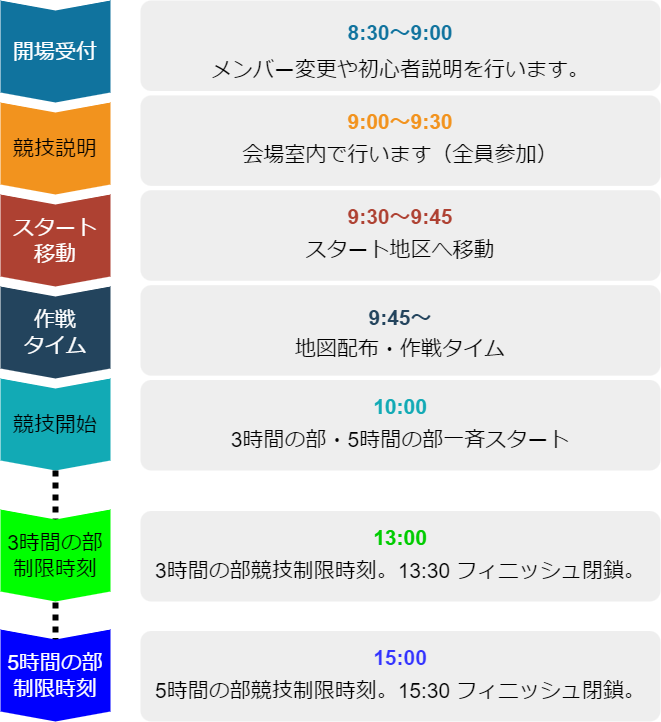
Before: source/events/rogaining2024/assets/time_table.png, a diagram exported from draw.io (ta-ichihashi/information). Source tidied: cells renumbered, new cells last; positions are measured from the earlier drawing's top-left corner, leaving out a move shared by most shapes.
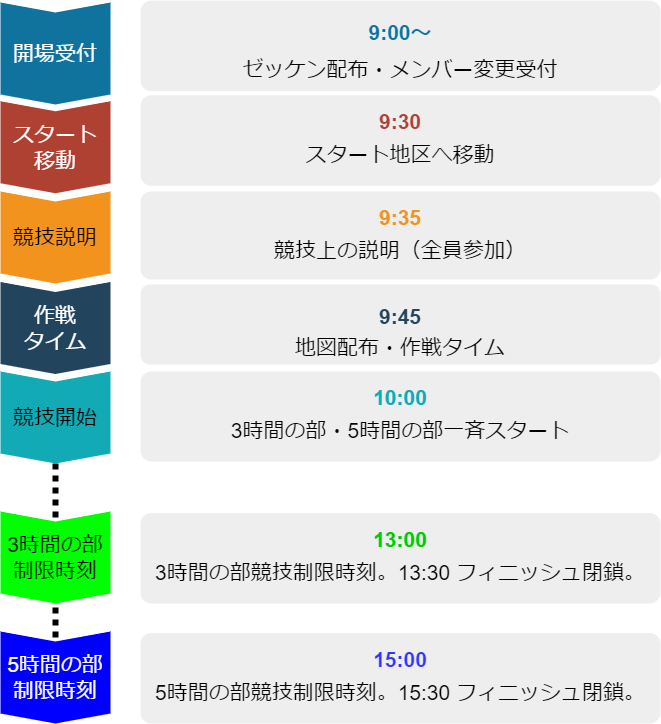
Above is the later version.

Commit message:
ロゲイニング受付時間変更。スタートまでのプロセス変更。

Change to the diagram source:
```diff
@@ -2,53 +2,50 @@
   <root>
     <mxCell id="0" />
     <mxCell id="1" parent="0" />
-    <mxCell id="2" style="group;" parent="1" vertex="1">
-      <mxGeometry width="110" height="470" as="geometry" />
+    <mxCell id="2" value="&lt;p style=&quot;line-height: 0.9;&quot;&gt;&lt;/p&gt;&lt;div style=&quot;&quot;&gt;&lt;b style=&quot;color: rgb(16, 115, 158); font-size: 21px; background-color: initial;&quot;&gt;9:00～&lt;/b&gt;&lt;/div&gt;&lt;p&gt;&lt;/p&gt;&lt;div style=&quot;&quot;&gt;&lt;span style=&quot;background-color: transparent; font-size: 21px;&quot;&gt;ゼッケン配布・メンバー変更受付&lt;/span&gt;&lt;/div&gt;&lt;p&gt;&lt;/p&gt;" style="rounded=1;strokeColor=none;fillColor=#EEEEEE;align=center;arcSize=12;verticalAlign=top;whiteSpace=wrap;html=1;fontSize=12;perimeterSpacing=0;spacingRight=4;spacingLeft=4;spacingTop=1;spacingBottom=1;" parent="1" vertex="1">
+      <mxGeometry x="140" y="-1.8" width="520" height="90.5" as="geometry" />
     </mxCell>
-    <mxCell id="3" value="&lt;font style=&quot;color: rgb(255, 255, 255); font-size: 21px;&quot;&gt;開場受付&lt;/font&gt;" style="shape=step;perimeter=stepPerimeter;whiteSpace=wrap;html=1;fixedSize=1;size=10;direction=south;fillColor=#10739E;strokeColor=none;rounded=0;" parent="2" vertex="1">
-      <mxGeometry width="110" height="102" as="geometry" />
+    <mxCell id="3" value="&lt;p style=&quot;line-height: 0.9;&quot;&gt;&lt;/p&gt;&lt;div style=&quot;&quot;&gt;&lt;p style=&quot;line-height: 0.7;&quot;&gt;&lt;font style=&quot;font-size: 21px;&quot;&gt;&lt;font color=&quot;#f2931e&quot;&gt;&lt;b style=&quot;line-height: 0.1;&quot;&gt;9:35&lt;/b&gt;&lt;/font&gt;&lt;/font&gt;&lt;/p&gt;&lt;/div&gt;&lt;p&gt;&lt;/p&gt;&lt;div style=&quot;&quot;&gt;&lt;span style=&quot;font-size: 21px; text-align: left;&quot;&gt;競技上の説明（全員参加）&lt;/span&gt;&lt;br&gt;&lt;/div&gt;&lt;p&gt;&lt;/p&gt;" style="rounded=1;strokeColor=none;fillColor=#EEEEEE;align=center;arcSize=12;verticalAlign=top;whiteSpace=wrap;html=1;fontSize=12;perimeterSpacing=0;spacingRight=4;spacingLeft=4;spacingTop=1;spacingBottom=1;" parent="1" vertex="1">
+      <mxGeometry x="140" y="189" width="520" height="88" as="geometry" />
     </mxCell>
-    <mxCell id="4" value="&lt;font style=&quot;font-size: 21px;&quot;&gt;競技説明&lt;/font&gt;" style="shape=step;perimeter=stepPerimeter;whiteSpace=wrap;html=1;fixedSize=1;size=10;direction=south;fillColor=#F2931E;strokeColor=none;rounded=0;" parent="2" vertex="1">
-      <mxGeometry y="102" width="110" height="92" as="geometry" />
+    <mxCell id="4" value="&lt;p style=&quot;line-height: 0.9;&quot;&gt;&lt;/p&gt;&lt;div style=&quot;&quot;&gt;&lt;p style=&quot;line-height: 0.7;&quot;&gt;&lt;b style=&quot;color: rgb(174, 65, 50); font-size: 21px;&quot;&gt;9:30&lt;/b&gt;&lt;br&gt;&lt;/p&gt;&lt;/div&gt;&lt;p&gt;&lt;/p&gt;&lt;div style=&quot;&quot;&gt;&lt;span style=&quot;font-size: 21px;&quot;&gt;スタート地区へ移動&lt;/span&gt;&lt;br&gt;&lt;/div&gt;&lt;p&gt;&lt;/p&gt;" style="rounded=1;strokeColor=none;fillColor=#EEEEEE;align=center;arcSize=12;verticalAlign=top;whiteSpace=wrap;html=1;fontSize=12;perimeterSpacing=0;spacingRight=4;spacingLeft=4;spacingTop=1;spacingBottom=1;" parent="1" vertex="1">
+      <mxGeometry x="140" y="92.8" width="520" height="90.5" as="geometry" />
     </mxCell>
-    <mxCell id="5" value="&lt;font style=&quot;color: rgb(255, 255, 255); font-size: 21px;&quot;&gt;スタート&lt;/font&gt;&lt;div&gt;&lt;font style=&quot;color: rgb(255, 255, 255); font-size: 21px;&quot;&gt;移動&lt;/font&gt;&lt;/div&gt;" style="shape=step;perimeter=stepPerimeter;whiteSpace=wrap;html=1;fixedSize=1;size=10;direction=south;fillColor=#AE4132;strokeColor=none;rounded=0;" parent="2" vertex="1">
-      <mxGeometry y="194" width="110" height="92" as="geometry" />
+    <mxCell id="5" value="&lt;p style=&quot;line-height: 0.9;&quot;&gt;&lt;/p&gt;&lt;div style=&quot;&quot;&gt;&lt;b style=&quot;color: rgb(35, 68, 93); font-size: 21px;&quot;&gt;9:45&lt;br&gt;&lt;/b&gt;&lt;p style=&quot;line-height: 0.7;&quot;&gt;&lt;span style=&quot;font-size: 21px; text-align: left;&quot;&gt;地図配布・作戦タイム&lt;/span&gt;&lt;br&gt;&lt;/p&gt;&lt;/div&gt;&lt;p&gt;&lt;/p&gt;" style="rounded=1;strokeColor=none;fillColor=#EEEEEE;align=center;arcSize=12;verticalAlign=top;whiteSpace=wrap;html=1;fontSize=12;perimeterSpacing=0;spacingRight=4;spacingLeft=4;spacingTop=1;spacingBottom=1;" parent="1" vertex="1">
+      <mxGeometry x="140" y="282" width="520" height="80" as="geometry" />
     </mxCell>
-    <mxCell id="6" value="&lt;font style=&quot;color: rgb(255, 255, 255); font-size: 21px;&quot;&gt;作戦&lt;/font&gt;&lt;div&gt;&lt;font style=&quot;color: rgb(255, 255, 255); font-size: 21px;&quot;&gt;タイム&lt;/font&gt;&lt;/div&gt;" style="shape=step;perimeter=stepPerimeter;whiteSpace=wrap;html=1;fixedSize=1;size=10;direction=south;fillColor=#23445D;strokeColor=none;rounded=0;" parent="2" vertex="1">
-      <mxGeometry y="286" width="110" height="92" as="geometry" />
+    <mxCell id="6" value="&lt;p style=&quot;line-height: 0.9;&quot;&gt;&lt;/p&gt;&lt;div style=&quot;&quot;&gt;&lt;p style=&quot;line-height: 0.7;&quot;&gt;&lt;b style=&quot;color: rgb(18, 170, 181); font-size: 21px;&quot;&gt;10:00&lt;/b&gt;&lt;br&gt;&lt;/p&gt;&lt;/div&gt;&lt;p&gt;&lt;/p&gt;&lt;div style=&quot;&quot;&gt;&lt;span style=&quot;font-size: 21px;&quot;&gt;3時間の部・5時間の部&lt;/span&gt;&lt;span style=&quot;font-size: 21px; background-color: initial;&quot;&gt;一斉スタート&lt;/span&gt;&lt;br&gt;&lt;/div&gt;&lt;p&gt;&lt;/p&gt;" style="rounded=1;strokeColor=none;fillColor=#EEEEEE;align=center;arcSize=12;verticalAlign=top;whiteSpace=wrap;html=1;fontSize=12;perimeterSpacing=0;spacingRight=4;spacingLeft=4;spacingTop=1;spacingBottom=1;" parent="1" vertex="1">
+      <mxGeometry x="140" y="369" width="520" height="90" as="geometry" />
     </mxCell>
-    <mxCell id="7" value="&lt;font style=&quot;font-size: 21px;&quot;&gt;競技開始&lt;/font&gt;" style="shape=step;perimeter=stepPerimeter;whiteSpace=wrap;html=1;fixedSize=1;size=10;direction=south;fillColor=#12AAB5;strokeColor=none;rounded=0;" parent="2" vertex="1">
-      <mxGeometry y="378" width="110" height="92" as="geometry" />
+    <mxCell id="7" value="&lt;p style=&quot;line-height: 0.9;&quot;&gt;&lt;/p&gt;&lt;div style=&quot;&quot;&gt;&lt;p style=&quot;line-height: 0.7;&quot;&gt;&lt;b style=&quot;font-size: 21px;&quot;&gt;&lt;font color=&quot;#00cc00&quot;&gt;13:00&lt;/font&gt;&lt;/b&gt;&lt;br&gt;&lt;/p&gt;&lt;/div&gt;&lt;p&gt;&lt;/p&gt;&lt;div style=&quot;&quot;&gt;&lt;/div&gt;&lt;span style=&quot;font-size: 21px;&quot;&gt;3時間の部競技制限時刻。13:30 フィニッシュ閉鎖。&lt;/span&gt;&lt;span style=&quot;font-size: 21px;&quot;&gt;&lt;br&gt;&lt;/span&gt;&lt;p&gt;&lt;/p&gt;" style="rounded=1;strokeColor=none;fillColor=#EEEEEE;align=center;arcSize=12;verticalAlign=top;whiteSpace=wrap;html=1;fontSize=12;perimeterSpacing=0;spacingRight=4;spacingLeft=4;spacingTop=1;spacingBottom=1;" parent="1" vertex="1">
+      <mxGeometry x="140" y="510.5" width="520" height="90.5" as="geometry" />
     </mxCell>
-    <mxCell id="8" value="&lt;p style=&quot;line-height: 0.9;&quot;&gt;&lt;/p&gt;&lt;div style=&quot;&quot;&gt;&lt;b style=&quot;color: rgb(16, 115, 158); font-size: 21px; background-color: initial;&quot;&gt;8:30～9:00&lt;/b&gt;&lt;/div&gt;&lt;p&gt;&lt;/p&gt;&lt;div style=&quot;&quot;&gt;&lt;font style=&quot;font-size: 21px;&quot;&gt;&lt;span style=&quot;background-color: transparent;&quot;&gt;メンバー変更や&lt;/span&gt;&lt;/font&gt;&lt;span style=&quot;background-color: transparent; font-size: 21px;&quot;&gt;初心者説明を行います。&lt;/span&gt;&lt;/div&gt;&lt;p&gt;&lt;/p&gt;" style="rounded=1;strokeColor=none;fillColor=#EEEEEE;align=center;arcSize=12;verticalAlign=top;whiteSpace=wrap;html=1;fontSize=12;perimeterSpacing=0;spacingRight=4;spacingLeft=4;spacingTop=1;spacingBottom=1;" parent="1" vertex="1">
-      <mxGeometry x="140" width="520" height="90.5" as="geometry" />
+    <mxCell id="8" style="edgeStyle=orthogonalEdgeStyle;rounded=0;jettySize=auto;html=1;fontSize=17;fontColor=#00CC00;strokeWidth=6;endArrow=none;endFill=0;dashed=1;dashPattern=1 1;" parent="1" edge="1" source="16" target="9">
+      <mxGeometry relative="1" as="geometry" />
     </mxCell>
-    <mxCell id="9" value="&lt;p style=&quot;line-height: 0.9;&quot;&gt;&lt;/p&gt;&lt;div style=&quot;&quot;&gt;&lt;p style=&quot;line-height: 0.7;&quot;&gt;&lt;font style=&quot;font-size: 21px;&quot;&gt;&lt;font color=&quot;#f2931e&quot;&gt;&lt;b style=&quot;line-height: 0.1;&quot;&gt;9:00～9:30&lt;/b&gt;&lt;/font&gt;&lt;/font&gt;&lt;/p&gt;&lt;/div&gt;&lt;p&gt;&lt;/p&gt;&lt;div style=&quot;&quot;&gt;&lt;span style=&quot;font-size: 21px; text-align: left;&quot;&gt;会場室内で行います（全員参加）&lt;/span&gt;&lt;br&gt;&lt;/div&gt;&lt;p&gt;&lt;/p&gt;" style="rounded=1;strokeColor=none;fillColor=#EEEEEE;align=center;arcSize=12;verticalAlign=top;whiteSpace=wrap;html=1;fontSize=12;perimeterSpacing=0;spacingRight=4;spacingLeft=4;spacingTop=1;spacingBottom=1;" parent="1" vertex="1">
-      <mxGeometry x="140" y="94.9" width="520" height="90.5" as="geometry" />
+    <mxCell id="9" value="&lt;span style=&quot;font-size: 21px;&quot;&gt;&lt;font color=&quot;#ffffff&quot;&gt;5時間の部&lt;br&gt;制限時刻&lt;/font&gt;&lt;br&gt;&lt;/span&gt;" style="shape=step;perimeter=stepPerimeter;whiteSpace=wrap;html=1;fixedSize=1;size=10;direction=south;fillColor=#0000FF;strokeColor=none;rounded=0;" parent="1" vertex="1">
+      <mxGeometry y="629" width="110" height="92" as="geometry" />
     </mxCell>
-    <mxCell id="10" value="&lt;p style=&quot;line-height: 0.9;&quot;&gt;&lt;/p&gt;&lt;div style=&quot;&quot;&gt;&lt;p style=&quot;line-height: 0.7;&quot;&gt;&lt;b style=&quot;color: rgb(174, 65, 50); font-size: 21px;&quot;&gt;9:30～9:45&lt;/b&gt;&lt;br&gt;&lt;/p&gt;&lt;/div&gt;&lt;p&gt;&lt;/p&gt;&lt;div style=&quot;&quot;&gt;&lt;span style=&quot;font-size: 21px;&quot;&gt;スタート地区へ移動&lt;/span&gt;&lt;br&gt;&lt;/div&gt;&lt;p&gt;&lt;/p&gt;" style="rounded=1;strokeColor=none;fillColor=#EEEEEE;align=center;arcSize=12;verticalAlign=top;whiteSpace=wrap;html=1;fontSize=12;perimeterSpacing=0;spacingRight=4;spacingLeft=4;spacingTop=1;spacingBottom=1;" parent="1" vertex="1">
-      <mxGeometry x="140" y="189.8" width="520" height="90.5" as="geometry" />
+    <mxCell id="10" value="&lt;p style=&quot;line-height: 0.9;&quot;&gt;&lt;/p&gt;&lt;div style=&quot;&quot;&gt;&lt;p style=&quot;line-height: 0.7;&quot;&gt;&lt;b style=&quot;font-size: 21px;&quot;&gt;&lt;font color=&quot;#3333ff&quot;&gt;15:00&lt;/font&gt;&lt;/b&gt;&lt;br&gt;&lt;/p&gt;&lt;/div&gt;&lt;p&gt;&lt;/p&gt;&lt;div style=&quot;&quot;&gt;&lt;span style=&quot;font-size: 21px;&quot;&gt;5時間の部競技制限時刻。15:30 フィニッシュ閉鎖。&lt;/span&gt;&lt;br&gt;&lt;/div&gt;&lt;p&gt;&lt;/p&gt;" style="rounded=1;strokeColor=none;fillColor=#EEEEEE;align=center;arcSize=12;verticalAlign=top;whiteSpace=wrap;html=1;fontSize=12;perimeterSpacing=0;spacingRight=4;spacingLeft=4;spacingTop=1;spacingBottom=1;" parent="1" vertex="1">
+      <mxGeometry x="140" y="630.5" width="520" height="90.5" as="geometry" />
     </mxCell>
-    <mxCell id="11" value="&lt;p style=&quot;line-height: 0.9;&quot;&gt;&lt;/p&gt;&lt;div style=&quot;&quot;&gt;&lt;b style=&quot;color: rgb(35, 68, 93); font-size: 21px;&quot;&gt;9:45～&lt;br&gt;&lt;/b&gt;&lt;p style=&quot;line-height: 0.7;&quot;&gt;&lt;span style=&quot;font-size: 21px; text-align: left;&quot;&gt;地図配布・作戦タイム&lt;/span&gt;&lt;br&gt;&lt;/p&gt;&lt;/div&gt;&lt;p&gt;&lt;/p&gt;" style="rounded=1;strokeColor=none;fillColor=#EEEEEE;align=center;arcSize=12;verticalAlign=top;whiteSpace=wrap;html=1;fontSize=12;perimeterSpacing=0;spacingRight=4;spacingLeft=4;spacingTop=1;spacingBottom=1;" parent="1" vertex="1">
-      <mxGeometry x="140" y="284.7" width="520" height="90.5" as="geometry" />
+    <mxCell id="11" value="&lt;span style=&quot;font-size: 21px;&quot;&gt;3時間の部&lt;br&gt;制限時刻&lt;br&gt;&lt;/span&gt;" style="shape=step;perimeter=stepPerimeter;whiteSpace=wrap;html=1;fixedSize=1;size=10;direction=south;fillColor=#00FF00;strokeColor=none;rounded=0;" parent="1" vertex="1">
+      <mxGeometry y="509" width="110" height="92" as="geometry" />
     </mxCell>
-    <mxCell id="12" value="&lt;p style=&quot;line-height: 0.9;&quot;&gt;&lt;/p&gt;&lt;div style=&quot;&quot;&gt;&lt;p style=&quot;line-height: 0.7;&quot;&gt;&lt;b style=&quot;color: rgb(18, 170, 181); font-size: 21px;&quot;&gt;10:00&lt;/b&gt;&lt;br&gt;&lt;/p&gt;&lt;/div&gt;&lt;p&gt;&lt;/p&gt;&lt;div style=&quot;&quot;&gt;&lt;span style=&quot;font-size: 21px;&quot;&gt;3時間の部・5時間の部&lt;/span&gt;&lt;span style=&quot;font-size: 21px; background-color: initial;&quot;&gt;一斉スタート&lt;/span&gt;&lt;br&gt;&lt;/div&gt;&lt;p&gt;&lt;/p&gt;" style="rounded=1;strokeColor=none;fillColor=#EEEEEE;align=center;arcSize=12;verticalAlign=top;whiteSpace=wrap;html=1;fontSize=12;perimeterSpacing=0;spacingRight=4;spacingLeft=4;spacingTop=1;spacingBottom=1;" parent="1" vertex="1">
-      <mxGeometry x="140" y="379.5" width="520" height="90.5" as="geometry" />
+    <mxCell id="12" value="&lt;font style=&quot;color: rgb(255, 255, 255); font-size: 21px;&quot;&gt;開場受付&lt;/font&gt;" style="shape=step;perimeter=stepPerimeter;whiteSpace=wrap;html=1;fixedSize=1;size=10;direction=south;fillColor=#10739E;strokeColor=none;rounded=0;" parent="1" vertex="1">
+      <mxGeometry width="110" height="102" as="geometry" />
     </mxCell>
-    <mxCell id="13" value="&lt;p style=&quot;line-height: 0.9;&quot;&gt;&lt;/p&gt;&lt;div style=&quot;&quot;&gt;&lt;p style=&quot;line-height: 0.7;&quot;&gt;&lt;b style=&quot;font-size: 21px;&quot;&gt;&lt;font color=&quot;#00cc00&quot;&gt;13:00&lt;/font&gt;&lt;/b&gt;&lt;br&gt;&lt;/p&gt;&lt;/div&gt;&lt;p&gt;&lt;/p&gt;&lt;div style=&quot;&quot;&gt;&lt;/div&gt;&lt;span style=&quot;font-size: 21px;&quot;&gt;3時間の部競技制限時刻。13:30 フィニッシュ閉鎖。&lt;/span&gt;&lt;span style=&quot;font-size: 21px;&quot;&gt;&lt;br&gt;&lt;/span&gt;&lt;p&gt;&lt;/p&gt;" style="rounded=1;strokeColor=none;fillColor=#EEEEEE;align=center;arcSize=12;verticalAlign=top;whiteSpace=wrap;html=1;fontSize=12;perimeterSpacing=0;spacingRight=4;spacingLeft=4;spacingTop=1;spacingBottom=1;" parent="1" vertex="1">
-      <mxGeometry x="140" y="510.5" width="520" height="90.5" as="geometry" />
+    <mxCell id="13" value="&lt;font style=&quot;font-size: 21px;&quot;&gt;競技説明&lt;/font&gt;" style="shape=step;perimeter=stepPerimeter;whiteSpace=wrap;html=1;fixedSize=1;size=10;direction=south;fillColor=#F2931E;strokeColor=none;rounded=0;" parent="1" vertex="1">
+      <mxGeometry y="189" width="110" height="92" as="geometry" />
     </mxCell>
-    <mxCell id="14" style="edgeStyle=orthogonalEdgeStyle;rounded=0;jettySize=auto;html=1;fontSize=17;fontColor=#00CC00;strokeWidth=6;endArrow=none;endFill=0;dashed=1;dashPattern=1 1;" parent="1" edge="1" source="7" target="15">
-      <mxGeometry relative="1" as="geometry" />
+    <mxCell id="14" value="&lt;font style=&quot;color: rgb(255, 255, 255); font-size: 21px;&quot;&gt;スタート&lt;/font&gt;&lt;div&gt;&lt;font style=&quot;color: rgb(255, 255, 255); font-size: 21px;&quot;&gt;移動&lt;/font&gt;&lt;/div&gt;" style="shape=step;perimeter=stepPerimeter;whiteSpace=wrap;html=1;fixedSize=1;size=10;direction=south;fillColor=#AE4132;strokeColor=none;rounded=0;" parent="1" vertex="1">
+      <mxGeometry y="98.7" width="110" height="92" as="geometry" />
     </mxCell>
-    <mxCell id="15" value="&lt;span style=&quot;font-size: 21px;&quot;&gt;&lt;font color=&quot;#ffffff&quot;&gt;5時間の部&lt;br&gt;制限時刻&lt;/font&gt;&lt;br&gt;&lt;/span&gt;" style="shape=step;perimeter=stepPerimeter;whiteSpace=wrap;html=1;fixedSize=1;size=10;direction=south;fillColor=#0000FF;strokeColor=none;rounded=0;" parent="1" vertex="1">
-      <mxGeometry y="629" width="110" height="92" as="geometry" />
+    <mxCell id="15" value="&lt;font style=&quot;color: rgb(255, 255, 255); font-size: 21px;&quot;&gt;作戦&lt;/font&gt;&lt;div&gt;&lt;font style=&quot;color: rgb(255, 255, 255); font-size: 21px;&quot;&gt;タイム&lt;/font&gt;&lt;/div&gt;" style="shape=step;perimeter=stepPerimeter;whiteSpace=wrap;html=1;fixedSize=1;size=10;direction=south;fillColor=#23445D;strokeColor=none;rounded=0;" parent="1" vertex="1">
+      <mxGeometry y="279.5" width="110" height="92" as="geometry" />
     </mxCell>
-    <mxCell id="16" value="&lt;p style=&quot;line-height: 0.9;&quot;&gt;&lt;/p&gt;&lt;div style=&quot;&quot;&gt;&lt;p style=&quot;line-height: 0.7;&quot;&gt;&lt;b style=&quot;font-size: 21px;&quot;&gt;&lt;font color=&quot;#3333ff&quot;&gt;15:00&lt;/font&gt;&lt;/b&gt;&lt;br&gt;&lt;/p&gt;&lt;/div&gt;&lt;p&gt;&lt;/p&gt;&lt;div style=&quot;&quot;&gt;&lt;span style=&quot;font-size: 21px;&quot;&gt;5時間の部競技制限時刻。15:30 フィニッシュ閉鎖。&lt;/span&gt;&lt;br&gt;&lt;/div&gt;&lt;p&gt;&lt;/p&gt;" style="rounded=1;strokeColor=none;fillColor=#EEEEEE;align=center;arcSize=12;verticalAlign=top;whiteSpace=wrap;html=1;fontSize=12;perimeterSpacing=0;spacingRight=4;spacingLeft=4;spacingTop=1;spacingBottom=1;" parent="1" vertex="1">
-      <mxGeometry x="140" y="630.5" width="520" height="90.5" as="geometry" />
+    <mxCell id="16" value="&lt;font style=&quot;font-size: 21px;&quot;&gt;競技開始&lt;/font&gt;" style="shape=step;perimeter=stepPerimeter;whiteSpace=wrap;html=1;fixedSize=1;size=10;direction=south;fillColor=#12AAB5;strokeColor=none;rounded=0;" parent="1" vertex="1">
+      <mxGeometry y="369" width="110" height="92" as="geometry" />
     </mxCell>
-    <mxCell id="17" value="&lt;span style=&quot;font-size: 21px;&quot;&gt;3時間の部&lt;br&gt;制限時刻&lt;br&gt;&lt;/span&gt;" style="shape=step;perimeter=stepPerimeter;whiteSpace=wrap;html=1;fixedSize=1;size=10;direction=south;fillColor=#00FF00;strokeColor=none;rounded=0;" parent="1" vertex="1">
-      <mxGeometry y="509" width="110" height="92" as="geometry" />
-    </mxCell>
   </root>
 </mxGraphModel>
```
